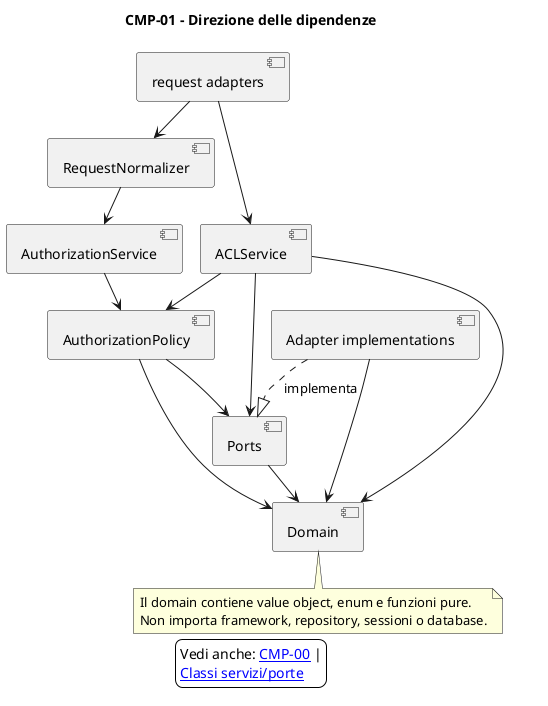
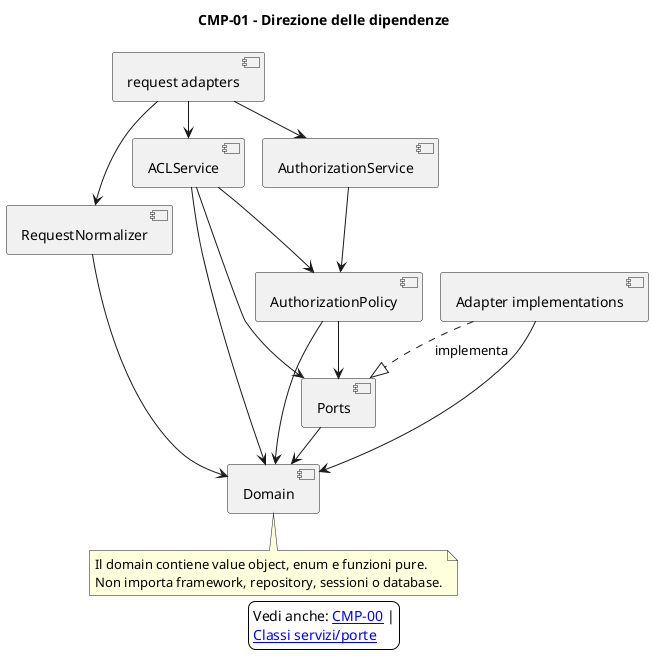
@startuml 01_dipendenze_layer
' Title: Sistema ACL - 01_dipendenze_layer
' Author/Licensor: Francesco
' Source: this repository
' License: Creative Commons Attribution-ShareAlike 4.0 International
' License URL: https://creativecommons.org/licenses/by-sa/4.0/
' SPDX-License-Identifier: CC-BY-SA-4.0
!pragma layout smetana
skinparam backgroundColor white
skinparam nodesep 80
skinparam ranksep 80
title CMP-01 - Direzione delle dipendenze
skinparam shadowing false

component "request adapters" as Adapters
component "RequestNormalizer" as RequestNormalizer
component "AuthorizationService" as AuthService
component "ACLService" as AclService
component "AuthorizationPolicy" as Policy
component "Ports" as Ports
component "Domain" as Domain
component "Adapter implementations" as AdapterImpl

Adapters --> RequestNormalizer
- RequestNormalizer --> AuthService
+ Adapters --> AuthService
Adapters --> AclService
+ RequestNormalizer --> Domain
AuthService --> Policy
AclService --> Policy
AclService --> Ports
AclService --> Domain
Policy --> Ports
Policy --> Domain
Ports --> Domain
AdapterImpl ..|> Ports : implementa
AdapterImpl --> Domain

note bottom of Domain
  Il domain contiene value object, enum e funzioni pure.
  Non importa framework, repository, sessioni o database.
end note

legend
  Vedi anche: [[00_mappa_componenti.puml CMP-00]] |
  [[../classi/05_policy_services_ports.puml Classi servizi/porte]]
endlegend
@enduml
